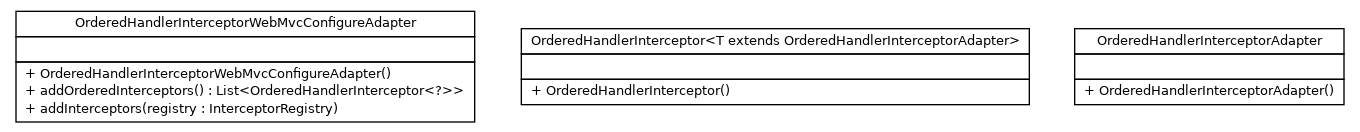
Before: release/build-docker/cloud-ready-parent/spring-boot-commons/apidocs/top/infra/web/servlet/handler/top.infra.web.servlet.handler.png, a diagram exported from Graphviz (cloud-ready/cloud-ready). Its source is kept beside it as release/build-docker/cloud-ready-parent/spring-boot-commons/apidocs/top/infra/web/servlet/handler/top.infra.web.servlet.handler.dot.
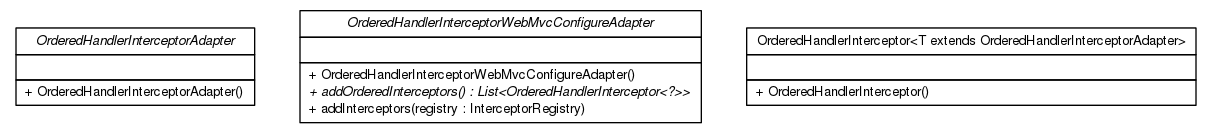
After the commit.

What changed in the source:
```diff
@@ -4,7 +4,18 @@
 	node [fontname="Helvetica",fontsize=10,shape=plaintext];
 	nodesep=0.25;
 	ranksep=0.5;
-	c0 [label=<<table title="top.infra.web.servlet.handler.OrderedHandlerInterceptorWebMvcConfigureAdapter" border="0" cellborder="1" cellspacing="0" cellpadding="2" port="p" href="./OrderedHandlerInterceptorWebMvcConfigureAdapter.html">
+	c0 [label=<<table title="top.infra.web.servlet.handler.OrderedHandlerInterceptorAdapter" border="0" cellborder="1" cellspacing="0" cellpadding="2" port="p" href="./OrderedHandlerInterceptorAdapter.html">
+		<tr><td><table border="0" cellspacing="0" cellpadding="1">
+<tr><td align="center" balign="center"><font face="Helvetica-Oblique"> OrderedHandlerInterceptorAdapter </font></td></tr>
+		</table></td></tr>
+		<tr><td><table border="0" cellspacing="0" cellpadding="1">
+<tr><td align="left" balign="left">  </td></tr>
+		</table></td></tr>
+		<tr><td><table border="0" cellspacing="0" cellpadding="1">
+<tr><td align="left" balign="left"> + OrderedHandlerInterceptorAdapter() </td></tr>
+		</table></td></tr>
+		</table>>, URL="./OrderedHandlerInterceptorAdapter.html", fontname="Helvetica", fontcolor="black", fontsize=10.0];
+	c1 [label=<<table title="top.infra.web.servlet.handler.OrderedHandlerInterceptorWebMvcConfigureAdapter" border="0" cellborder="1" cellspacing="0" cellpadding="2" port="p" href="./OrderedHandlerInterceptorWebMvcConfigureAdapter.html">
 		<tr><td><table border="0" cellspacing="0" cellpadding="1">
 <tr><td align="center" balign="center"><font face="Helvetica-Oblique"> OrderedHandlerInterceptorWebMvcConfigureAdapter </font></td></tr>
 		</table></td></tr>
@@ -17,7 +28,7 @@
 <tr><td align="left" balign="left"> + addInterceptors(registry : InterceptorRegistry) </td></tr>
 		</table></td></tr>
 		</table>>, URL="./OrderedHandlerInterceptorWebMvcConfigureAdapter.html", fontname="Helvetica", fontcolor="black", fontsize=10.0];
-	c1 [label=<<table title="top.infra.web.servlet.handler.OrderedHandlerInterceptor" border="0" cellborder="1" cellspacing="0" cellpadding="2" port="p" href="./OrderedHandlerInterceptor.html">
+	c2 [label=<<table title="top.infra.web.servlet.handler.OrderedHandlerInterceptor" border="0" cellborder="1" cellspacing="0" cellpadding="2" port="p" href="./OrderedHandlerInterceptor.html">
 		<tr><td><table border="0" cellspacing="0" cellpadding="1">
 <tr><td align="center" balign="center"> OrderedHandlerInterceptor&lt;T extends OrderedHandlerInterceptorAdapter&gt; </td></tr>
 		</table></td></tr>
@@ -28,15 +39,4 @@
 <tr><td align="left" balign="left"> + OrderedHandlerInterceptor() </td></tr>
 		</table></td></tr>
 		</table>>, URL="./OrderedHandlerInterceptor.html", fontname="Helvetica", fontcolor="black", fontsize=10.0];
-	c2 [label=<<table title="top.infra.web.servlet.handler.OrderedHandlerInterceptorAdapter" border="0" cellborder="1" cellspacing="0" cellpadding="2" port="p" href="./OrderedHandlerInterceptorAdapter.html">
-		<tr><td><table border="0" cellspacing="0" cellpadding="1">
-<tr><td align="center" balign="center"><font face="Helvetica-Oblique"> OrderedHandlerInterceptorAdapter </font></td></tr>
-		</table></td></tr>
-		<tr><td><table border="0" cellspacing="0" cellpadding="1">
-<tr><td align="left" balign="left">  </td></tr>
-		</table></td></tr>
-		<tr><td><table border="0" cellspacing="0" cellpadding="1">
-<tr><td align="left" balign="left"> + OrderedHandlerInterceptorAdapter() </td></tr>
-		</table></td></tr>
-		</table>>, URL="./OrderedHandlerInterceptorAdapter.html", fontname="Helvetica", fontcolor="black", fontsize=10.0];
 }
```
